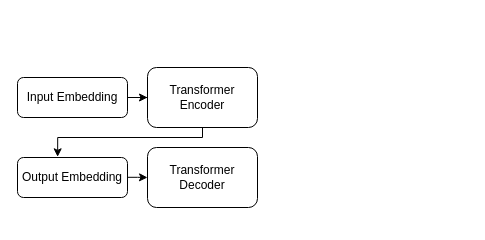
Above: graphs/Untitled Diagram.drawio in shaoxiongduan/AttentionBiasCalibration (draw.io), before the change. Source tidied: cells renumbered, new cells numbered last; positions are measured from the earlier drawing's top-left corner, leaving out a move shared by most shapes. Both pictures are drawn from the tidied source at 100%, with x=0, y=0 at pixel (17, 67).
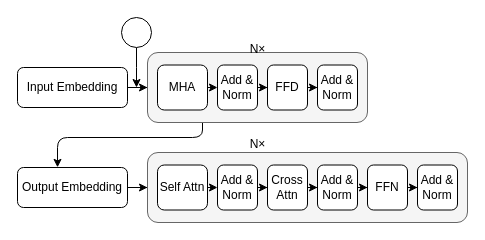
The same diagram, later.

The edit, as a diff of the source:
```diff
@@
-    <mxCell id="2" style="edgeStyle=orthogonalEdgeStyle;rounded=0;jettySize=auto;html=1;entryX=0;entryY=0.5;entryDx=0;entryDy=0;" parent="1" edge="1" source="3" target="7">
-      <mxGeometry relative="1" as="geometry" />
-    </mxCell>
+    <mxCell id="9" style="edgeStyle=orthogonalEdgeStyle;rounded=0;jettySize=auto;html=1;entryX=0;entryY=0.5;entryDx=0;entryDy=0;" parent="1" edge="1" source="3" target="11">
+      <mxGeometry relative="1" as="geometry" />
+    </mxCell>
     <mxCell id="3" value="Input Embedding" style="rounded=1;whiteSpace=wrap;html=1;" parent="1" vertex="1">
-      <mxGeometry y="10" width="110" height="40" as="geometry" />
+      <mxGeometry width="110" height="40" as="geometry" />
     </mxCell>
-    <mxCell id="4" style="edgeStyle=orthogonalEdgeStyle;rounded=0;orthogonalLoop=1;jettySize=auto;html=1;" parent="1" edge="1">
-      <mxGeometry relative="1" as="geometry">
-        <mxPoint x="110" y="109.8" as="sourcePoint" />
-        <mxPoint x="130" y="110" as="targetPoint" />
-        <Array as="points">
-          <mxPoint x="120" y="109.8" />
-          <mxPoint x="120" y="109.8" />
-        </Array>
-      </mxGeometry>
-    </mxCell>
+    <mxCell id="10" style="edgeStyle=orthogonalEdgeStyle;rounded=0;jettySize=auto;html=1;entryX=0;entryY=0.5;entryDx=0;entryDy=0;" parent="1" edge="1" source="5" target="20">
+      <mxGeometry relative="1" as="geometry" />
+    </mxCell>
     <mxCell id="5" value="Output Embedding" style="rounded=1;whiteSpace=wrap;html=1;" parent="1" vertex="1">
-      <mxGeometry y="90" width="110" height="40" as="geometry" />
+      <mxGeometry y="100" width="110" height="40" as="geometry" />
     </mxCell>
-    <mxCell id="6" style="edgeStyle=orthogonalEdgeStyle;rounded=0;jettySize=auto;html=1;exitX=0.5;exitY=1;exitDx=0;exitDy=0;entryX=0.365;entryY=-0.017;entryDx=0;entryDy=0;entryPerimeter=0;" parent="1" edge="1" source="7" target="5">
+    <mxCell id="6" style="edgeStyle=orthogonalEdgeStyle;rounded=1;jettySize=auto;html=1;exitX=0.25;exitY=1;exitDx=0;exitDy=0;entryX=0.364;entryY=-0.004;entryDx=0;entryDy=0;entryPerimeter=0;" parent="1" edge="1" source="11" target="5">
       <mxGeometry relative="1" as="geometry">
         <Array as="points">
           <mxPoint x="185" y="70" />
           <mxPoint x="40" y="70" />
         </Array>
       </mxGeometry>
     </mxCell>
-    <mxCell id="7" value="Transformer Encoder" style="rounded=1;whiteSpace=wrap;html=1;" parent="1" vertex="1">
-      <mxGeometry x="130" width="110" height="60" as="geometry" />
-    </mxCell>
-    <mxCell id="8" value="Transformer Decoder" style="rounded=1;whiteSpace=wrap;html=1;" parent="1" vertex="1">
-      <mxGeometry x="130" y="80" width="110" height="60" as="geometry" />
-    </mxCell>
+    <mxCell id="11" style="rounded=1;whiteSpace=wrap;html=1;align=center;fillColor=#f5f5f5;fontColor=#333333;strokeColor=#666666;" parent="1" vertex="1">
+      <mxGeometry x="130" y="-15" width="220" height="70" as="geometry" />
+    </mxCell>
+    <mxCell id="12" style="edgeStyle=orthogonalEdgeStyle;rounded=0;jettySize=auto;html=1;exitX=1;exitY=0.5;exitDx=0;exitDy=0;entryX=0;entryY=0.5;entryDx=0;entryDy=0;" parent="1" edge="1" source="13" target="15">
+      <mxGeometry relative="1" as="geometry" />
+    </mxCell>
+    <mxCell id="13" value="MHA" style="rounded=1;whiteSpace=wrap;html=1;" parent="1" vertex="1">
+      <mxGeometry x="140" y="-2.5" width="50" height="45" as="geometry" />
+    </mxCell>
+    <mxCell id="14" style="edgeStyle=orthogonalEdgeStyle;rounded=0;jettySize=auto;html=1;entryX=0;entryY=0.5;entryDx=0;entryDy=0;" parent="1" edge="1" source="15" target="17">
+      <mxGeometry relative="1" as="geometry" />
+    </mxCell>
+    <mxCell id="15" value="Add &amp;amp; Norm" style="rounded=1;whiteSpace=wrap;html=1;" parent="1" vertex="1">
+      <mxGeometry x="200" y="-2.5" width="40" height="45" as="geometry" />
+    </mxCell>
+    <mxCell id="16" style="edgeStyle=orthogonalEdgeStyle;rounded=0;jettySize=auto;html=1;entryX=0;entryY=0.5;entryDx=0;entryDy=0;" parent="1" edge="1" source="17" target="18">
+      <mxGeometry relative="1" as="geometry" />
+    </mxCell>
+    <mxCell id="17" value="FFD" style="rounded=1;whiteSpace=wrap;html=1;" parent="1" vertex="1">
+      <mxGeometry x="250" y="-2.5" width="40" height="45" as="geometry" />
+    </mxCell>
+    <mxCell id="18" value="Add &amp;amp; Norm" style="rounded=1;whiteSpace=wrap;html=1;" parent="1" vertex="1">
+      <mxGeometry x="300" y="-2.5" width="40" height="45" as="geometry" />
+    </mxCell>
+    <mxCell id="19" value="N×" style="text;html=1;align=center;verticalAlign=middle;strokeColor=none;fillColor=none;" parent="1" vertex="1">
+      <mxGeometry x="220" y="-33" width="40" height="30" as="geometry" />
+    </mxCell>
+    <mxCell id="20" style="rounded=1;whiteSpace=wrap;html=1;align=center;shadow=0;fillColor=#f5f5f5;fontColor=#333333;strokeColor=#666666;" parent="1" vertex="1">
+      <mxGeometry x="130" y="85" width="320" height="70" as="geometry" />
+    </mxCell>
+    <mxCell id="21" style="edgeStyle=orthogonalEdgeStyle;rounded=0;jettySize=auto;html=1;exitX=1;exitY=0.5;exitDx=0;exitDy=0;entryX=0;entryY=0.5;entryDx=0;entryDy=0;" parent="1" edge="1" source="22" target="24">
+      <mxGeometry relative="1" as="geometry" />
+    </mxCell>
+    <mxCell id="22" value="Self Attn" style="rounded=1;whiteSpace=wrap;html=1;" parent="1" vertex="1">
+      <mxGeometry x="140" y="97.5" width="50" height="45" as="geometry" />
+    </mxCell>
+    <mxCell id="23" style="edgeStyle=orthogonalEdgeStyle;rounded=0;jettySize=auto;html=1;entryX=0;entryY=0.5;entryDx=0;entryDy=0;" parent="1" edge="1" source="24" target="26">
+      <mxGeometry relative="1" as="geometry" />
+    </mxCell>
+    <mxCell id="24" value="Add &amp;amp; Norm" style="rounded=1;whiteSpace=wrap;html=1;" parent="1" vertex="1">
+      <mxGeometry x="200" y="97.5" width="40" height="45" as="geometry" />
+    </mxCell>
+    <mxCell id="25" style="edgeStyle=orthogonalEdgeStyle;rounded=0;jettySize=auto;html=1;entryX=0;entryY=0.5;entryDx=0;entryDy=0;" parent="1" edge="1" source="26" target="28">
+      <mxGeometry relative="1" as="geometry" />
+    </mxCell>
+    <mxCell id="26" value="Cross Attn" style="rounded=1;whiteSpace=wrap;html=1;" parent="1" vertex="1">
+      <mxGeometry x="250" y="97.5" width="40" height="45" as="geometry" />
+    </mxCell>
+    <mxCell id="27" style="edgeStyle=orthogonalEdgeStyle;rounded=0;jettySize=auto;html=1;entryX=0;entryY=0.5;entryDx=0;entryDy=0;" parent="1" edge="1" source="28" target="31">
+      <mxGeometry relative="1" as="geometry" />
+    </mxCell>
+    <mxCell id="28" value="Add &amp;amp; Norm" style="rounded=1;whiteSpace=wrap;html=1;" parent="1" vertex="1">
+      <mxGeometry x="300" y="97.5" width="40" height="45" as="geometry" />
+    </mxCell>
+    <mxCell id="29" value="N×" style="text;html=1;align=center;verticalAlign=middle;strokeColor=none;fillColor=none;" parent="1" vertex="1">
+      <mxGeometry x="220" y="62" width="40" height="30" as="geometry" />
+    </mxCell>
+    <mxCell id="30" style="edgeStyle=orthogonalEdgeStyle;rounded=0;jettySize=auto;html=1;entryX=0;entryY=0.5;entryDx=0;entryDy=0;" parent="1" edge="1" source="31" target="32">
+      <mxGeometry relative="1" as="geometry" />
+    </mxCell>
+    <mxCell id="31" value="FFN" style="rounded=1;whiteSpace=wrap;html=1;" parent="1" vertex="1">
+      <mxGeometry x="350" y="97.5" width="40" height="45" as="geometry" />
+    </mxCell>
+    <mxCell id="32" value="Add &amp;amp; Norm" style="rounded=1;whiteSpace=wrap;html=1;" parent="1" vertex="1">
+      <mxGeometry x="400" y="97.5" width="40" height="45" as="geometry" />
+    </mxCell>
+    <mxCell id="33" style="edgeStyle=orthogonalEdgeStyle;rounded=0;jettySize=auto;html=1;" parent="1" edge="1" source="34">
+      <mxGeometry relative="1" as="geometry">
+        <mxPoint x="119" y="20" as="targetPoint" />
+      </mxGeometry>
+    </mxCell>
+    <mxCell id="34" style="ellipse;whiteSpace=wrap;html=1;" parent="1" vertex="1">
+      <mxGeometry x="104" y="-50" width="30" height="30" as="geometry" />
+    </mxCell>
```
